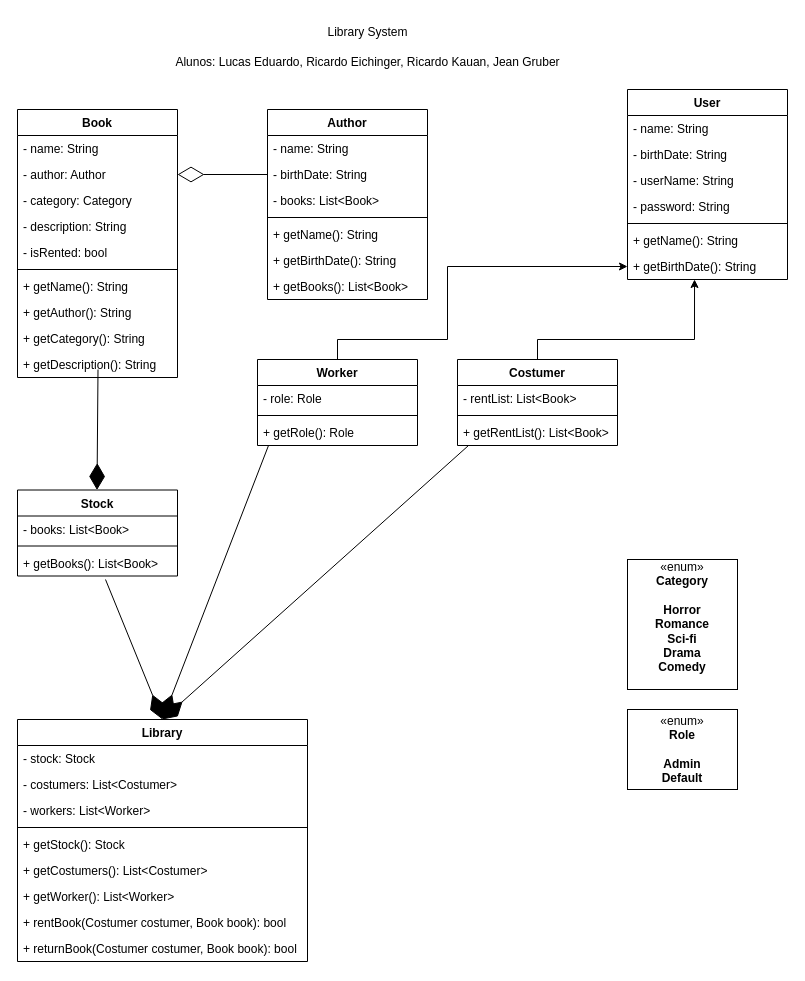
Above: Diagrama sem nome.drawio in wOL-Lucas/M2Elio (draw.io), before the change. Source tidied: cells renumbered, new cells numbered last; positions are measured from the earlier drawing's top-left corner, leaving out a move shared by most shapes. Both pictures are drawn from the tidied source at 100%, with x=0, y=0 at pixel (17, 17).
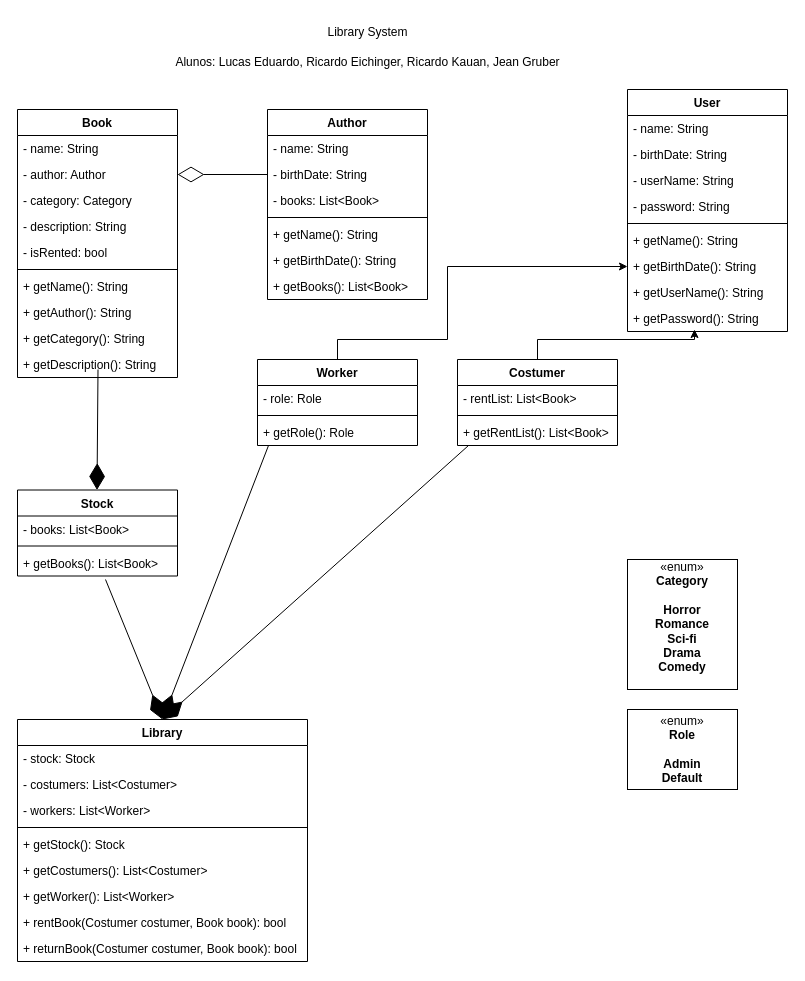
After the change.

Commit message:
Fix: Add missing getters on User class

Unchanged cells that the change refers to:
```xml
<mxCell id="21" value="+ getBirthDate(): String" style="text;strokeColor=none;fillColor=none;align=left;verticalAlign=top;spacingLeft=4;spacingRight=4;overflow=hidden;points=[[0,0.5],[1,0.5]];portConstraint=eastwest;whiteSpace=wrap;html=1;" parent="14" vertex="1">
  <mxGeometry y="164" width="160" height="26" as="geometry" />
</mxCell>
<mxCell id="22" value="Costumer" style="swimlane;fontStyle=1;align=center;verticalAlign=top;horizontal=1;startSize=26;whiteSpace=wrap;html=1;" parent="1" vertex="1">
  <mxGeometry x="440" y="342" width="160" height="86" as="geometry" />
</mxCell>
```

What changed in the source:
```diff
@@
     <mxCell id="14" value="User" style="swimlane;fontStyle=1;align=center;verticalAlign=top;horizontal=1;startSize=26;whiteSpace=wrap;html=1;" parent="1" vertex="1">
-      <mxGeometry x="610" y="72" width="160" height="190" as="geometry" />
+      <mxGeometry x="610" y="72" width="160" height="242" as="geometry" />
     </mxCell>
@@
+    <mxCell id="62" value="+ getUserName(): String" style="text;strokeColor=none;fillColor=none;align=left;verticalAlign=top;spacingLeft=4;spacingRight=4;overflow=hidden;whiteSpace=wrap;html=1;" parent="14" vertex="1">
+      <mxGeometry y="190" width="160" height="26" as="geometry" />
+    </mxCell>
+    <mxCell id="63" value="+ getPassword(): String" style="text;strokeColor=none;fillColor=none;align=left;verticalAlign=top;spacingLeft=4;spacingRight=4;overflow=hidden;whiteSpace=wrap;html=1;" parent="14" vertex="1">
+      <mxGeometry y="216" width="160" height="26" as="geometry" />
+    </mxCell>
@@
-    <mxCell id="59" style="edgeStyle=orthogonalEdgeStyle;rounded=0;jettySize=auto;html=1;exitX=0.5;exitY=0;exitDx=0;exitDy=0;entryX=0.419;entryY=1;entryDx=0;entryDy=0;entryPerimeter=0;" parent="1" edge="1" source="22" target="21">
+    <mxCell id="59" style="edgeStyle=orthogonalEdgeStyle;rounded=0;jettySize=auto;html=1;exitX=0.5;exitY=0;exitDx=0;exitDy=0;" parent="1" edge="1" source="22">
       <mxGeometry relative="1" as="geometry">
+        <mxPoint x="677" y="312" as="targetPoint" />
         <Array as="points">
           <mxPoint x="520" y="322" />
           <mxPoint x="677" y="322" />
         </Array>
       </mxGeometry>
     </mxCell>
```
